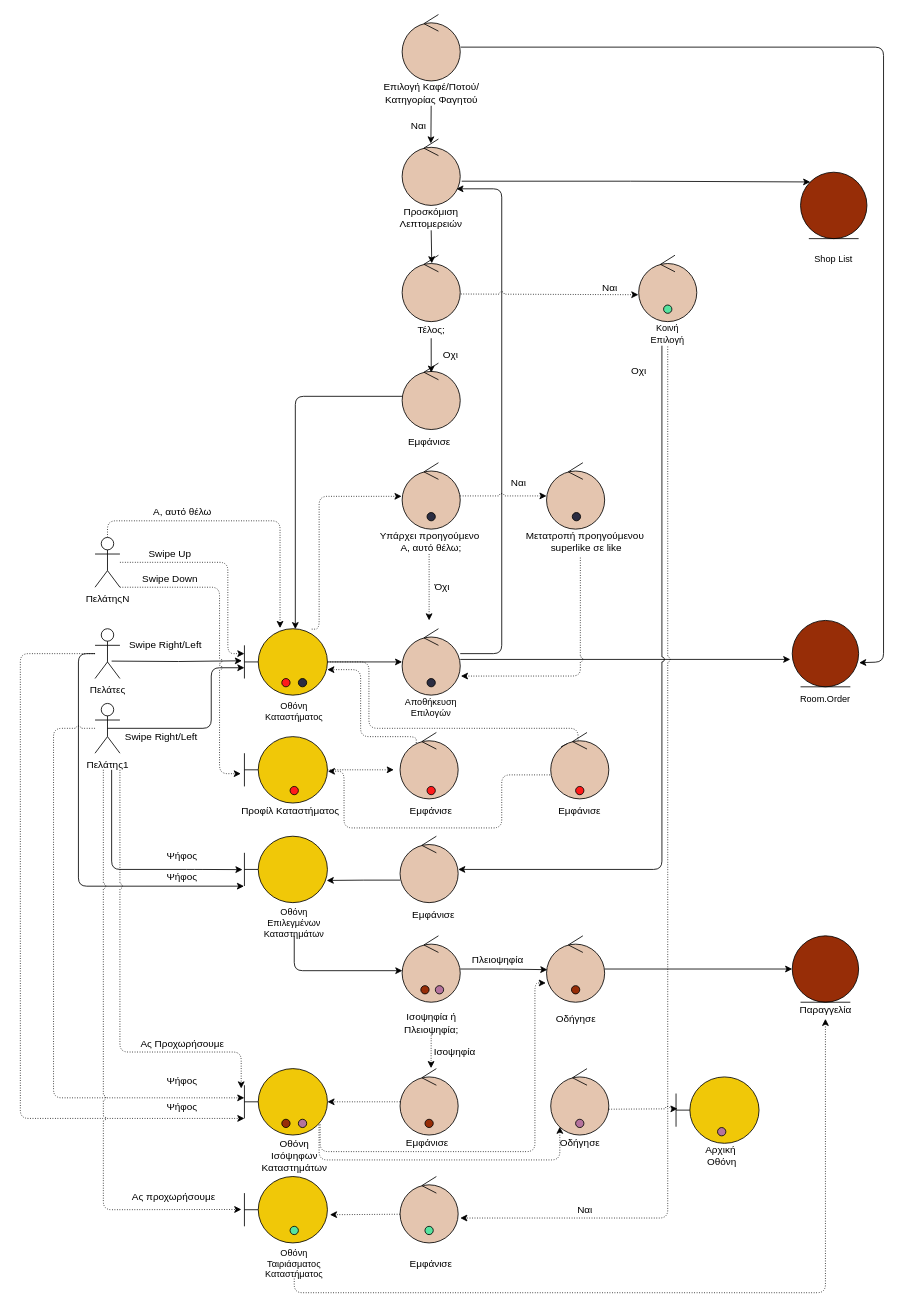
Above: docs/contributions/AthanasiaZ/Writing-Charts/Phase5/User Team Choice Shop/teamchoiceshoprobustness.drawio in iloudaros/nomnomr (draw.io), before the change. Source tidied: cells renumbered, new cells numbered last; positions are measured from the earlier drawing's top-left corner, leaving out a move shared by most shapes. Both pictures are drawn from the tidied source at 83%, with x=0, y=0 at pixel (20, 14).
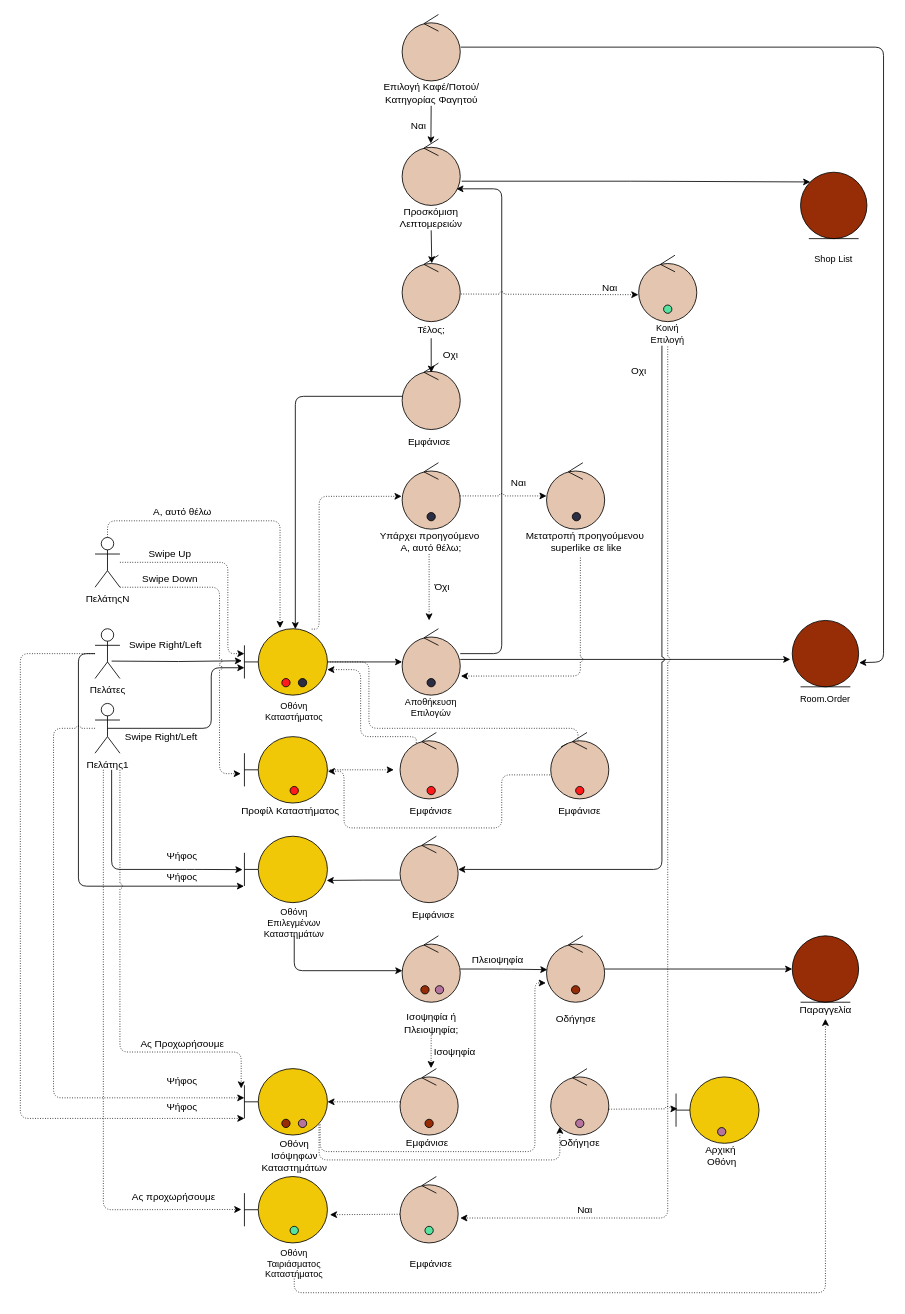
The same diagram, later.

Unchanged cells that the change refers to:
```xml
<mxCell id="54" style="shape=umlBoundary;whiteSpace=wrap;html=1;fillColor=#F0C808;" parent="1" vertex="1">
  <mxGeometry x="270" y="1400" width="100" height="80" as="geometry" />
</mxCell>
```

Diff of the diagram source:
```diff
@@
-    <mxCell id="58" style="endArrow=classic;html=1;rounded=1;entryX=-0.037;entryY=0.496;entryDx=0;entryDy=0;entryPerimeter=0;dashed=1;dashPattern=1 2;jumpStyle=arc;" parent="1" edge="1" target="54">
+    <mxCell id="58" style="endArrow=classic;html=1;rounded=1;entryX=-0.037;entryY=0.496;entryDx=0;entryDy=0;entryPerimeter=0;dashed=1;dashPattern=1 2;" parent="1" edge="1" target="54">
       <mxGeometry relative="1" as="geometry">
         <mxPoint x="100" y="910" as="sourcePoint" />
         <Array as="points">
           <mxPoint x="100" y="1440" />
         </Array>
       </mxGeometry>
     </mxCell>
```
